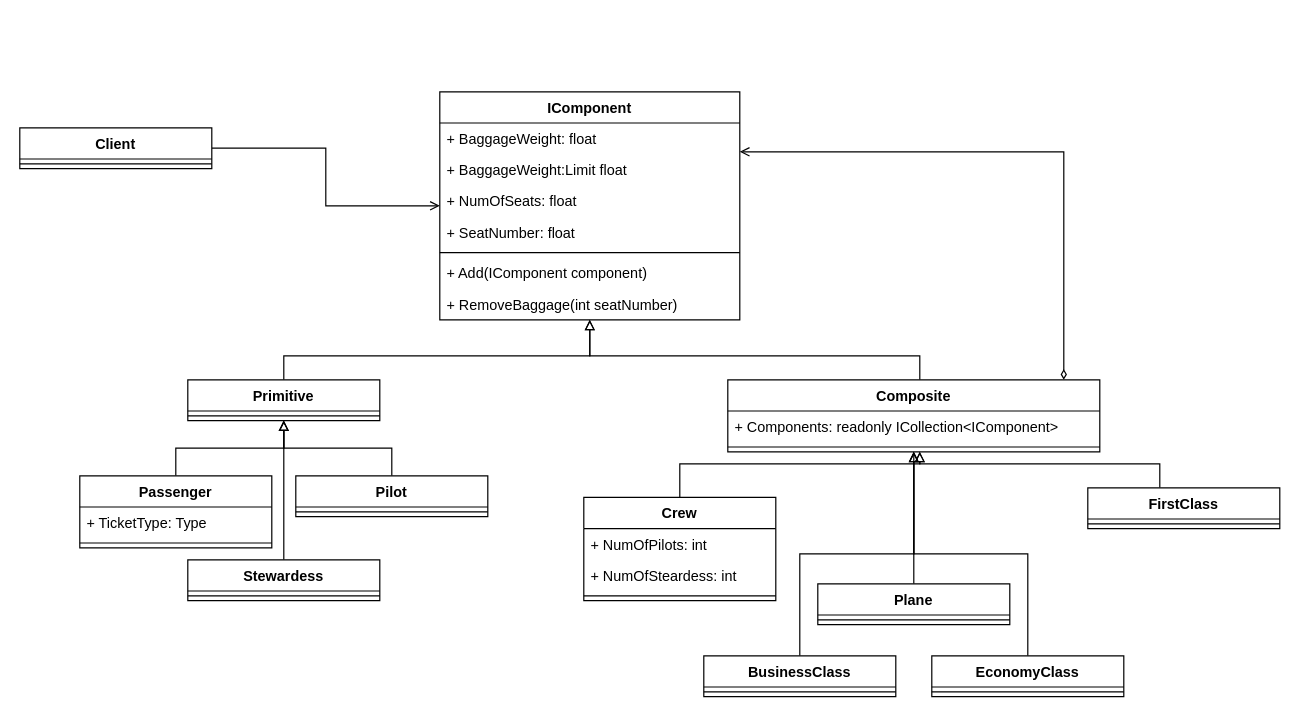
Earlier version of the draw.io diagram Composite/diagram.drawio (BestSeal/GoF_Patterns). Source tidied: cells renumbered, new cells numbered last; positions are measured from the earlier drawing's top-left corner, leaving out a move shared by most shapes. Both pictures are drawn from the tidied source at 120%, with x=0, y=0 at pixel (19, 91).
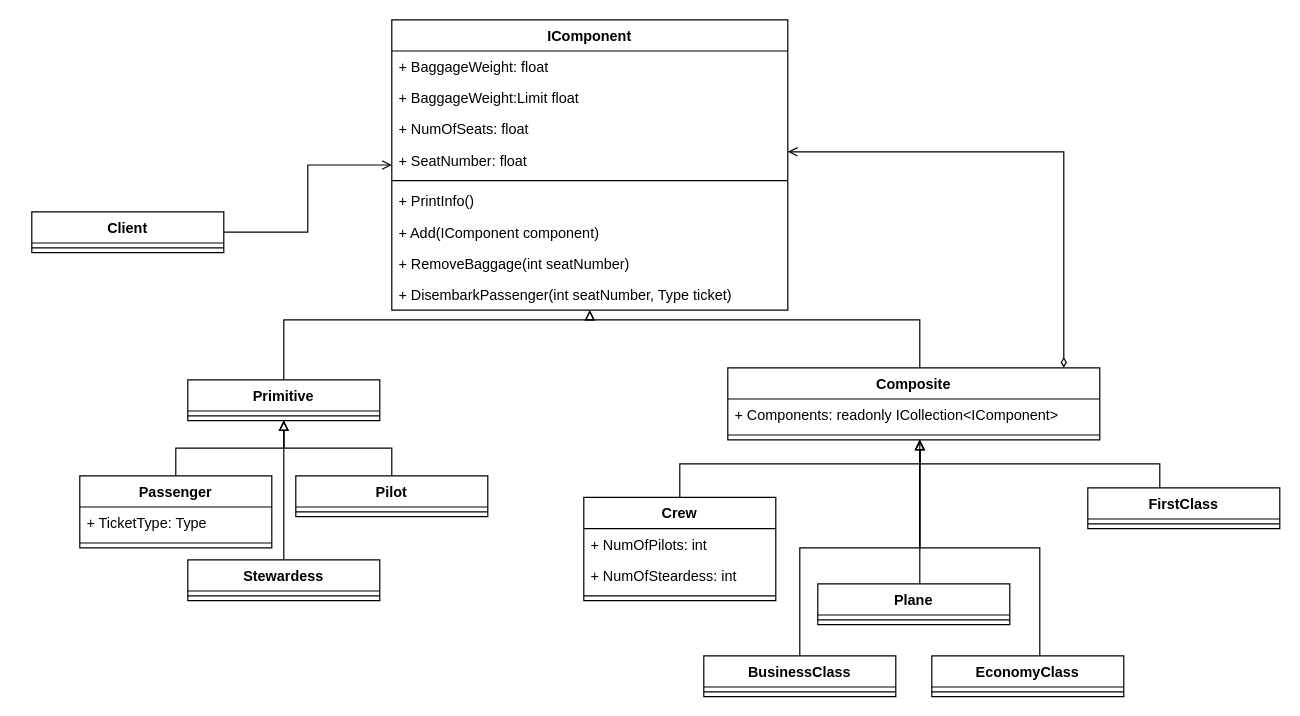
The same diagram, later.

Unchanged cells that the change refers to:
```xml
<mxCell id="11" value="Primitive" style="swimlane;fontStyle=1;align=center;verticalAlign=top;horizontal=1;startSize=26;" parent="1" vertex="1">
  <mxGeometry x="140" y="240" width="160" height="34" as="geometry" />
</mxCell>
<mxCell id="34" value="BusinessClass" style="swimlane;fontStyle=1;align=center;verticalAlign=top;horizontal=1;startSize=26;" parent="1" vertex="1">
  <mxGeometry x="570" y="470" width="160" height="34" as="geometry" />
</mxCell>
<mxCell id="40" value="EconomyClass" style="swimlane;fontStyle=1;align=center;verticalAlign=top;horizontal=1;startSize=26;" parent="1" vertex="1">
  <mxGeometry x="760" y="470" width="160" height="34" as="geometry" />
</mxCell>
<mxCell id="46" value="Plane" style="swimlane;fontStyle=1;align=center;verticalAlign=top;horizontal=1;startSize=26;" parent="1" vertex="1">
  <mxGeometry x="665" y="410" width="160" height="34" as="geometry" />
</mxCell>
```

Diff of the diagram source:
```diff
@@
     <mxCell id="2" value="IComponent" style="swimlane;fontStyle=1;align=center;verticalAlign=top;horizontal=1;startSize=26;" parent="1" vertex="1">
-      <mxGeometry x="350" width="250" height="190" as="geometry" />
+      <mxGeometry x="310" y="-60" width="330" height="242" as="geometry" />
     </mxCell>
     <mxCell id="3" value="+ BaggageWeight: float" style="text;strokeColor=none;fillColor=none;align=left;verticalAlign=top;spacingLeft=4;spacingRight=4;overflow=hidden;" parent="2" vertex="1">
-      <mxGeometry y="26" width="250" height="26" as="geometry" />
+      <mxGeometry y="26" width="330" height="26" as="geometry" />
     </mxCell>
     <mxCell id="4" value="+ BaggageWeight:Limit float" style="text;strokeColor=none;fillColor=none;align=left;verticalAlign=top;spacingLeft=4;spacingRight=4;overflow=hidden;" parent="2" vertex="1">
-      <mxGeometry y="52" width="250" height="26" as="geometry" />
+      <mxGeometry y="52" width="330" height="26" as="geometry" />
     </mxCell>
     <mxCell id="5" value="+ NumOfSeats: float" style="text;strokeColor=none;fillColor=none;align=left;verticalAlign=top;spacingLeft=4;spacingRight=4;overflow=hidden;" parent="2" vertex="1">
-      <mxGeometry y="78" width="250" height="26" as="geometry" />
+      <mxGeometry y="78" width="330" height="26" as="geometry" />
     </mxCell>
     <mxCell id="6" value="+ SeatNumber: float" style="text;strokeColor=none;fillColor=none;align=left;verticalAlign=top;spacingLeft=4;spacingRight=4;overflow=hidden;" parent="2" vertex="1">
-      <mxGeometry y="104" width="250" height="26" as="geometry" />
+      <mxGeometry y="104" width="330" height="26" as="geometry" />
     </mxCell>
     <mxCell id="7" style="line;strokeWidth=1;fillColor=none;align=left;verticalAlign=middle;spacingTop=-1;spacingLeft=3;spacingRight=3;labelPosition=right;" parent="2" vertex="1">
-      <mxGeometry y="130" width="250" height="8" as="geometry" />
+      <mxGeometry y="130" width="330" height="8" as="geometry" />
     </mxCell>
+    <mxCell id="48" value="+ PrintInfo()" style="text;strokeColor=none;fillColor=none;align=left;verticalAlign=top;spacingLeft=4;spacingRight=4;overflow=hidden;" parent="2" vertex="1">
+      <mxGeometry y="138" width="330" height="26" as="geometry" />
+    </mxCell>
     <mxCell id="8" value="+ Add(IComponent component)" style="text;strokeColor=none;fillColor=none;align=left;verticalAlign=top;spacingLeft=4;spacingRight=4;overflow=hidden;" parent="2" vertex="1">
-      <mxGeometry y="138" width="250" height="26" as="geometry" />
+      <mxGeometry y="164" width="330" height="26" as="geometry" />
     </mxCell>
     <mxCell id="9" value="+ RemoveBaggage(int seatNumber)" style="text;strokeColor=none;fillColor=none;align=left;verticalAlign=top;spacingLeft=4;spacingRight=4;overflow=hidden;" parent="2" vertex="1">
-      <mxGeometry y="164" width="250" height="26" as="geometry" />
+      <mxGeometry y="190" width="330" height="26" as="geometry" />
     </mxCell>
+    <mxCell id="49" value="+ DisembarkPassenger(int seatNumber, Type ticket)" style="text;strokeColor=none;fillColor=none;align=left;verticalAlign=top;spacingLeft=4;spacingRight=4;overflow=hidden;" parent="2" vertex="1">
+      <mxGeometry y="216" width="330" height="26" as="geometry" />
+    </mxCell>
     <mxCell id="10" style="edgeStyle=orthogonalEdgeStyle;rounded=0;jettySize=auto;html=1;endArrow=block;endFill=0;" parent="1" edge="1" source="11" target="2">
       <mxGeometry relative="1" as="geometry">
         <Array as="points">
-          <mxPoint x="220" y="220" />
-          <mxPoint x="475" y="220" />
+          <mxPoint x="220" y="190" />
+          <mxPoint x="475" y="190" />
         </Array>
       </mxGeometry>
     </mxCell>
@@
     <mxCell id="23" style="edgeStyle=orthogonalEdgeStyle;rounded=0;jettySize=auto;html=1;endArrow=block;endFill=0;" parent="1" edge="1" source="25" target="2">
       <mxGeometry relative="1" as="geometry">
         <Array as="points">
-          <mxPoint x="750" y="220" />
-          <mxPoint x="475" y="220" />
+          <mxPoint x="750" y="190" />
+          <mxPoint x="475" y="190" />
         </Array>
       </mxGeometry>
     </mxCell>
@@
     <mxCell id="25" value="Composite" style="swimlane;fontStyle=1;align=center;verticalAlign=top;horizontal=1;startSize=26;" parent="1" vertex="1">
-      <mxGeometry x="590" y="240" width="310" height="60" as="geometry" />
+      <mxGeometry x="590" y="230" width="310" height="60" as="geometry" />
     </mxCell>
@@
-    <mxCell id="33" style="edgeStyle=orthogonalEdgeStyle;rounded=0;jettySize=auto;html=1;endArrow=block;endFill=0;" parent="1" edge="1" source="34" target="25">
-      <mxGeometry relative="1" as="geometry" />
+    <mxCell id="33" style="edgeStyle=orthogonalEdgeStyle;rounded=0;jettySize=auto;html=1;endArrow=block;endFill=0;" parent="1" edge="1" source="34">
+      <mxGeometry relative="1" as="geometry">
+        <mxPoint x="750" y="290" as="targetPoint" />
+        <Array as="points">
+          <mxPoint x="650" y="380" />
+          <mxPoint x="750" y="380" />
+        </Array>
+      </mxGeometry>
     </mxCell>
@@
-    <mxCell id="39" style="edgeStyle=orthogonalEdgeStyle;rounded=0;jettySize=auto;html=1;endArrow=block;endFill=0;" parent="1" edge="1" source="40" target="25">
-      <mxGeometry relative="1" as="geometry" />
+    <mxCell id="39" style="edgeStyle=orthogonalEdgeStyle;rounded=0;jettySize=auto;html=1;endArrow=block;endFill=0;" parent="1" edge="1" source="40">
+      <mxGeometry relative="1" as="geometry">
+        <mxPoint x="750" y="290" as="targetPoint" />
+        <Array as="points">
+          <mxPoint x="850" y="380" />
+          <mxPoint x="750" y="380" />
+        </Array>
+      </mxGeometry>
     </mxCell>
@@
     <mxCell id="43" value="Client" style="swimlane;fontStyle=1;align=center;verticalAlign=top;horizontal=1;startSize=26;" parent="1" vertex="1">
-      <mxGeometry y="30" width="160" height="34" as="geometry" />
+      <mxGeometry x="10" y="100" width="160" height="34" as="geometry" />
     </mxCell>
@@
     <mxCell id="45" style="edgeStyle=orthogonalEdgeStyle;rounded=0;jettySize=auto;html=1;startArrow=none;startFill=0;endArrow=open;endFill=0;" parent="1" edge="1" source="46" target="25">
-      <mxGeometry relative="1" as="geometry" />
+      <mxGeometry relative="1" as="geometry">
+        <Array as="points">
+          <mxPoint x="750" y="340" />
+          <mxPoint x="750" y="340" />
+        </Array>
+      </mxGeometry>
     </mxCell>
```
